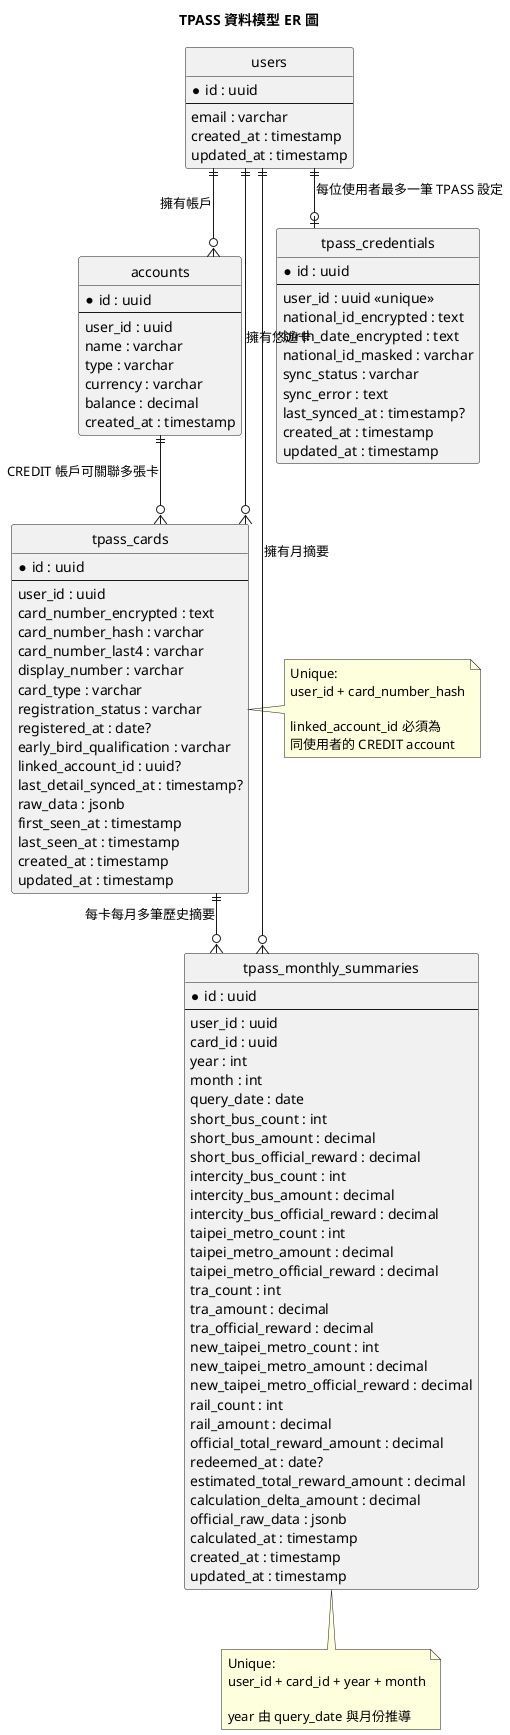
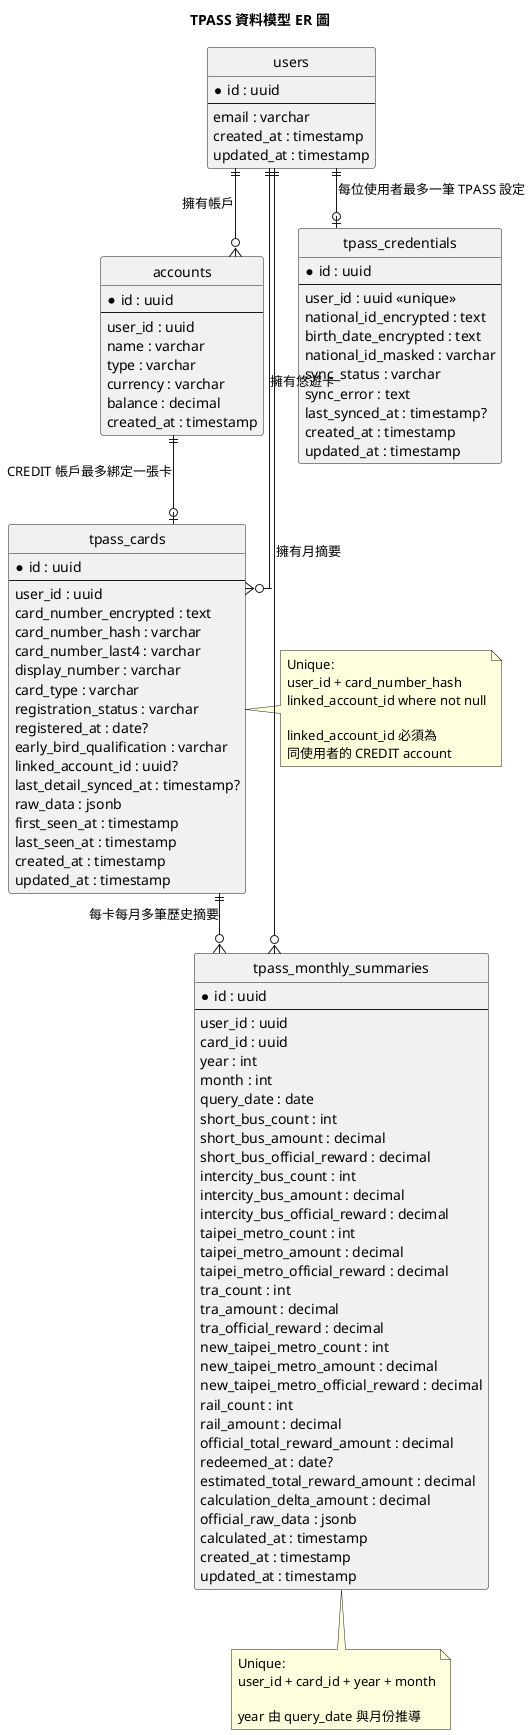
@startuml
title TPASS 資料模型 ER 圖

hide circle
skinparam linetype ortho

entity "users" as users {
  * id : uuid
  --
  email : varchar
  created_at : timestamp
  updated_at : timestamp
}

entity "accounts" as accounts {
  * id : uuid
  --
  user_id : uuid
  name : varchar
  type : varchar
  currency : varchar
  balance : decimal
  created_at : timestamp
}

entity "tpass_credentials" as credentials {
  * id : uuid
  --
  user_id : uuid <<unique>>
  national_id_encrypted : text
  birth_date_encrypted : text
  national_id_masked : varchar
  sync_status : varchar
  sync_error : text
  last_synced_at : timestamp?
  created_at : timestamp
  updated_at : timestamp
}

entity "tpass_cards" as cards {
  * id : uuid
  --
  user_id : uuid
  card_number_encrypted : text
  card_number_hash : varchar
  card_number_last4 : varchar
  display_number : varchar
  card_type : varchar
  registration_status : varchar
  registered_at : date?
  early_bird_qualification : varchar
  linked_account_id : uuid?
  last_detail_synced_at : timestamp?
  raw_data : jsonb
  first_seen_at : timestamp
  last_seen_at : timestamp
  created_at : timestamp
  updated_at : timestamp
}

entity "tpass_monthly_summaries" as summaries {
  * id : uuid
  --
  user_id : uuid
  card_id : uuid
  year : int
  month : int
  query_date : date
  short_bus_count : int
  short_bus_amount : decimal
  short_bus_official_reward : decimal
  intercity_bus_count : int
  intercity_bus_amount : decimal
  intercity_bus_official_reward : decimal
  taipei_metro_count : int
  taipei_metro_amount : decimal
  taipei_metro_official_reward : decimal
  tra_count : int
  tra_amount : decimal
  tra_official_reward : decimal
  new_taipei_metro_count : int
  new_taipei_metro_amount : decimal
  new_taipei_metro_official_reward : decimal
  rail_count : int
  rail_amount : decimal
  official_total_reward_amount : decimal
  redeemed_at : date?
  estimated_total_reward_amount : decimal
  calculation_delta_amount : decimal
  official_raw_data : jsonb
  calculated_at : timestamp
  created_at : timestamp
  updated_at : timestamp
}

users ||--o| credentials : "每位使用者最多一筆 TPASS 設定"
users ||--o{ cards : "擁有悠遊卡"
users ||--o{ summaries : "擁有月摘要"
users ||--o{ accounts : "擁有帳戶"

cards ||--o{ summaries : "每卡每月多筆歷史摘要"
- accounts ||--o{ cards : "CREDIT 帳戶可關聯多張卡"
+ accounts ||--o| cards : "CREDIT 帳戶最多綁定一張卡"

note right of cards
  Unique:
  user_id + card_number_hash
+   linked_account_id where not null

  linked_account_id 必須為
  同使用者的 CREDIT account
end note

note bottom of summaries
  Unique:
  user_id + card_id + year + month

  year 由 query_date 與月份推導
end note

@enduml
